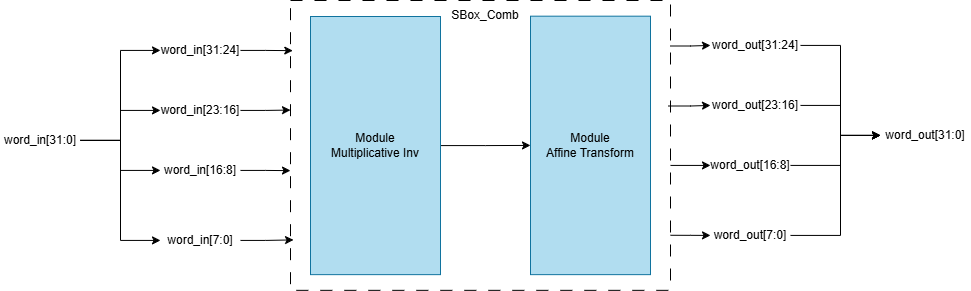
The draw.io diagram media/SubWord Low.png in LQLManZz/AES128-Verilog, before a commit. Source tidied: cells renumbered, new cells last; positions are measured from the earlier drawing's top-left corner, leaving out a move shared by most shapes.
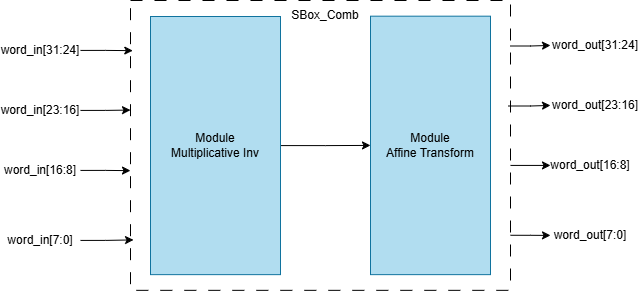
Later version of the same file.

The edit, as a diff of the source:
```diff
@@ -2,21 +2,6 @@
   <root>
     <mxCell id="0" />
     <mxCell id="1" parent="0" />
-    <mxCell id="2" style="edgeStyle=orthogonalEdgeStyle;rounded=0;jettySize=auto;html=1;exitX=1;exitY=0.5;exitDx=0;exitDy=0;entryX=0;entryY=0.5;entryDx=0;entryDy=0;" parent="1" edge="1" source="6" target="7">
-      <mxGeometry relative="1" as="geometry" />
-    </mxCell>
-    <mxCell id="3" style="edgeStyle=orthogonalEdgeStyle;rounded=0;jettySize=auto;html=1;exitX=1;exitY=0.5;exitDx=0;exitDy=0;entryX=0;entryY=0.5;entryDx=0;entryDy=0;" parent="1" edge="1" source="6" target="8">
-      <mxGeometry relative="1" as="geometry" />
-    </mxCell>
-    <mxCell id="4" style="edgeStyle=orthogonalEdgeStyle;rounded=0;jettySize=auto;html=1;exitX=1;exitY=0.5;exitDx=0;exitDy=0;entryX=0;entryY=0.5;entryDx=0;entryDy=0;" parent="1" edge="1" source="6" target="9">
-      <mxGeometry relative="1" as="geometry" />
-    </mxCell>
-    <mxCell id="5" style="edgeStyle=orthogonalEdgeStyle;rounded=0;jettySize=auto;html=1;exitX=1;exitY=0.5;exitDx=0;exitDy=0;entryX=0;entryY=0.5;entryDx=0;entryDy=0;" parent="1" edge="1" source="6" target="10">
-      <mxGeometry relative="1" as="geometry" />
-    </mxCell>
-    <mxCell id="6" value="word_in[31:0]" style="text;html=1;whiteSpace=wrap;strokeColor=none;fillColor=none;align=center;verticalAlign=middle;rounded=0;" parent="1" vertex="1">
-      <mxGeometry y="124.9" width="80" height="30" as="geometry" />
-    </mxCell>
     <mxCell id="7" value="word_in[31:24]" style="text;html=1;whiteSpace=wrap;strokeColor=none;fillColor=none;align=center;verticalAlign=middle;rounded=0;" parent="1" vertex="1">
       <mxGeometry x="160" y="34.9" width="80" height="30" as="geometry" />
     </mxCell>
@@ -29,40 +14,15 @@
     <mxCell id="10" value="word_in[7:0]" style="text;html=1;whiteSpace=wrap;strokeColor=none;fillColor=none;align=center;verticalAlign=middle;rounded=0;" parent="1" vertex="1">
       <mxGeometry x="160" y="224.9" width="80" height="30" as="geometry" />
     </mxCell>
-    <mxCell id="11" value="word_out[31:0]" style="text;html=1;whiteSpace=wrap;strokeColor=none;fillColor=none;align=center;verticalAlign=middle;rounded=0;flipV=1;legacyAnchorPoints=0;flipH=0;" parent="1" vertex="1">
-      <mxGeometry x="880" y="119.9" width="90" height="30" as="geometry" />
-    </mxCell>
-    <mxCell id="12" style="edgeStyle=orthogonalEdgeStyle;rounded=0;jettySize=auto;html=1;exitX=1;exitY=0.5;exitDx=0;exitDy=0;entryX=0;entryY=0.5;entryDx=0;entryDy=0;" parent="1" edge="1" source="13" target="11">
-      <mxGeometry relative="1" as="geometry" />
-    </mxCell>
     <mxCell id="13" value="word_out[31:24]" style="text;html=1;whiteSpace=wrap;strokeColor=none;fillColor=none;align=center;verticalAlign=middle;rounded=0;flipV=1;legacyAnchorPoints=0;flipH=0;" parent="1" vertex="1">
       <mxGeometry x="710" y="29.9" width="90" height="30" as="geometry" />
     </mxCell>
-    <mxCell id="14" style="edgeStyle=orthogonalEdgeStyle;rounded=0;jettySize=auto;html=1;exitX=1;exitY=0.5;exitDx=0;exitDy=0;entryX=0;entryY=0.5;entryDx=0;entryDy=0;" parent="1" edge="1" source="15" target="11">
-      <mxGeometry relative="1" as="geometry" />
-    </mxCell>
     <mxCell id="15" value="word_out[23:16]" style="text;html=1;whiteSpace=wrap;strokeColor=none;fillColor=none;align=center;verticalAlign=middle;rounded=0;flipV=1;legacyAnchorPoints=0;flipH=0;" parent="1" vertex="1">
       <mxGeometry x="710" y="89.9" width="90" height="30" as="geometry" />
     </mxCell>
-    <mxCell id="16" style="edgeStyle=orthogonalEdgeStyle;rounded=0;jettySize=auto;html=1;exitX=1;exitY=0.5;exitDx=0;exitDy=0;entryX=0;entryY=0.5;entryDx=0;entryDy=0;" parent="1" edge="1" source="17" target="11">
-      <mxGeometry relative="1" as="geometry">
-        <Array as="points">
-          <mxPoint x="840" y="164.9" />
-          <mxPoint x="840" y="134.9" />
-        </Array>
-      </mxGeometry>
-    </mxCell>
     <mxCell id="17" value="word_out[16:8]" style="text;html=1;whiteSpace=wrap;strokeColor=none;fillColor=none;align=center;verticalAlign=middle;rounded=0;flipV=1;legacyAnchorPoints=0;flipH=0;" parent="1" vertex="1">
       <mxGeometry x="710" y="149.9" width="80" height="30" as="geometry" />
     </mxCell>
-    <mxCell id="18" style="edgeStyle=orthogonalEdgeStyle;rounded=0;jettySize=auto;html=1;exitX=1;exitY=0.5;exitDx=0;exitDy=0;entryX=0;entryY=0.5;entryDx=0;entryDy=0;" parent="1" edge="1" source="19" target="11">
-      <mxGeometry relative="1" as="geometry">
-        <Array as="points">
-          <mxPoint x="840" y="234.9" />
-          <mxPoint x="840" y="134.9" />
-        </Array>
-      </mxGeometry>
-    </mxCell>
     <mxCell id="19" value="word_out[7:0]" style="text;html=1;whiteSpace=wrap;strokeColor=none;fillColor=none;align=center;verticalAlign=middle;rounded=0;flipV=1;legacyAnchorPoints=0;flipH=0;" parent="1" vertex="1">
       <mxGeometry x="710" y="219.9" width="80" height="30" as="geometry" />
     </mxCell>
```
